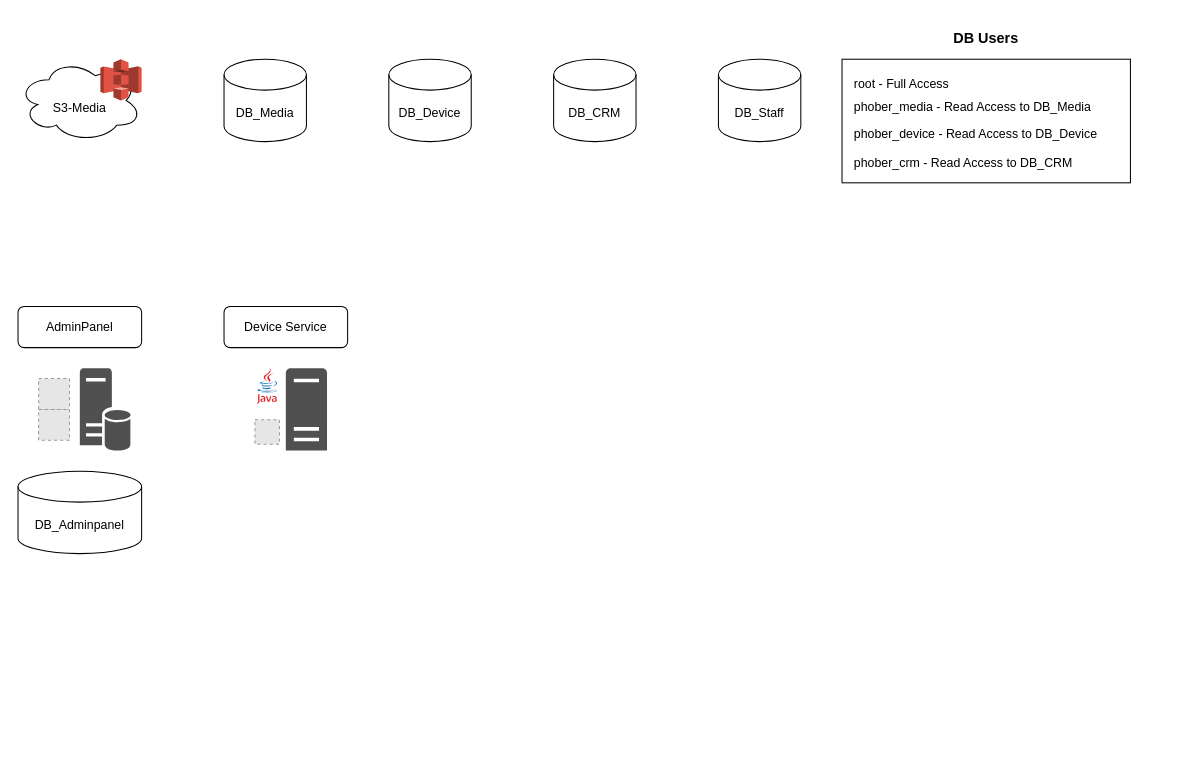
phobiavr/phober-diagram keeps this draw.io diagram as page "Idea" (1 of 3) of Application-2.0.drawio. Above is the earlier version. Source tidied: cells renumbered, new cells numbered last; positions are measured from the earlier drawing's top-left corner, leaving out a move shared by most shapes. Both pictures are drawn from the tidied source at 103%, with x=0, y=0 at pixel (18, 18). Pictures stored in the file or linked from it are replaced by grey dashed boxes.
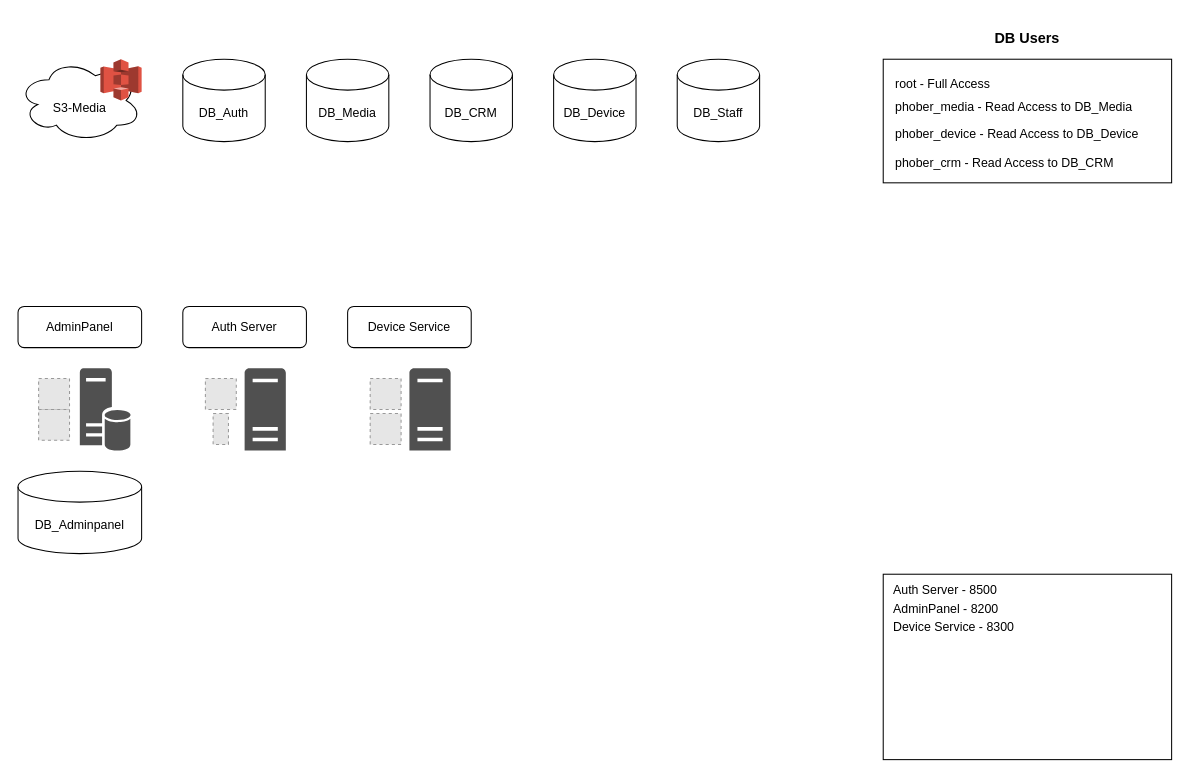
The same diagram, later.

The change refers to these unchanged cells:
```xml
<mxCell id="20" style="group;" parent="18" vertex="1">
  <mxGeometry x="10" y="60" width="100" height="80" as="geometry" />
</mxCell>
```

The edit, as a diff of the source:
```diff
@@
     <mxCell id="2" value="DB_Device" style="shape=cylinder3;whiteSpace=wrap;html=1;boundedLbl=1;backgroundOutline=1;size=15;" parent="1" vertex="1">
-      <mxGeometry x="360" y="40" width="80" height="80" as="geometry" />
+      <mxGeometry x="520" y="40" width="80" height="80" as="geometry" />
     </mxCell>
     <mxCell id="3" value="DB_Media" style="shape=cylinder3;whiteSpace=wrap;html=1;boundedLbl=1;backgroundOutline=1;size=15;" parent="1" vertex="1">
-      <mxGeometry x="200" y="40" width="80" height="80" as="geometry" />
+      <mxGeometry x="280" y="40" width="80" height="80" as="geometry" />
     </mxCell>
     <mxCell id="4" value="DB_CRM" style="shape=cylinder3;whiteSpace=wrap;html=1;boundedLbl=1;backgroundOutline=1;size=15;" parent="1" vertex="1">
-      <mxGeometry x="520" y="40" width="80" height="80" as="geometry" />
+      <mxGeometry x="400" y="40" width="80" height="80" as="geometry" />
     </mxCell>
-    <mxCell id="5" value="&lt;p style=&quot;line-height: 0.9 ; font-size: 12px&quot;&gt;&lt;span style=&quot;font-size: 12px&quot;&gt;root - Full Access&lt;/span&gt;&lt;/p&gt;&lt;p style=&quot;line-height: 0.9 ; font-size: 12px&quot;&gt;&lt;span style=&quot;font-size: 12px&quot;&gt;phober_media - Read Access to DB_Media&lt;/span&gt;&lt;br style=&quot;font-size: 12px&quot;&gt;&lt;/p&gt;&lt;p style=&quot;line-height: 1.4 ; font-size: 12px&quot;&gt;phober_device - Read Access to DB_Device&lt;/p&gt;&lt;p style=&quot;line-height: 1.4 ; font-size: 12px&quot;&gt;phober_crm - Read Access to DB_CRM&lt;/p&gt;&lt;p style=&quot;font-size: 12px&quot;&gt;&lt;/p&gt;" style="rounded=0;whiteSpace=wrap;html=1;align=left;verticalAlign=top;fontSize=12;spacingRight=0;spacingLeft=10;" parent="1" vertex="1">
-      <mxGeometry x="800" y="40" width="280" height="120" as="geometry" />
-    </mxCell>
-    <mxCell id="6" value="DB Users" style="text;html=1;strokeColor=none;fillColor=none;align=center;verticalAlign=middle;whiteSpace=wrap;rounded=0;fontSize=14;fontStyle=1;" parent="1" vertex="1">
-      <mxGeometry x="880" width="120" height="40" as="geometry" />
-    </mxCell>
     <mxCell id="7" value="DB_Staff" style="shape=cylinder3;whiteSpace=wrap;html=1;boundedLbl=1;backgroundOutline=1;size=15;" parent="1" vertex="1">
-      <mxGeometry x="680" y="40" width="80" height="80" as="geometry" />
+      <mxGeometry x="640" y="40" width="80" height="80" as="geometry" />
     </mxCell>
@@
     <mxCell id="18" style="group;" parent="1" vertex="1">
-      <mxGeometry x="200" y="280" width="120" height="140" as="geometry" />
+      <mxGeometry x="320" y="280" width="120" height="140" as="geometry" />
     </mxCell>
@@
-    <mxCell id="22" style="dashed=0;html=1;align=center;labelPosition=center;verticalLabelPosition=bottom;verticalAlign=top;shape=mxgraph.weblogos.java;" parent="20" vertex="1">
-      <mxGeometry x="21.9" width="20" height="34.5" as="geometry" />
-    </mxCell>
-    <mxCell id="23" style="fillColor=#E6E6E6;strokeColor=#999999;dashed=1;verticalLabelPosition=bottom;labelBackgroundColor=default;verticalAlign=top;" parent="20" vertex="1">
-      <mxGeometry x="20" y="50" width="23.8" height="23.8" as="geometry" />
-    </mxCell>
+    <mxCell id="24" style="fillColor=#E6E6E6;strokeColor=#999999;dashed=1;html=1;verticalAlign=top;verticalLabelPosition=bottom;labelBackgroundColor=#ffffff;" parent="20" vertex="1">
+      <mxGeometry x="11.9" y="44" width="30" height="30" as="geometry" />
+    </mxCell>
+    <mxCell id="25" style="fillColor=#E6E6E6;strokeColor=#999999;dashed=1;html=1;verticalAlign=top;verticalLabelPosition=bottom;labelBackgroundColor=#ffffff;" parent="20" vertex="1">
+      <mxGeometry x="11.9" y="10" width="30" height="30" as="geometry" />
+    </mxCell>
+    <mxCell id="26" style="group;" parent="1" vertex="1">
+      <mxGeometry x="840" width="280" height="160" as="geometry" />
+    </mxCell>
+    <mxCell id="5" value="&lt;p style=&quot;line-height: 0.9 ; font-size: 12px&quot;&gt;&lt;span style=&quot;font-size: 12px&quot;&gt;root - Full Access&lt;/span&gt;&lt;/p&gt;&lt;p style=&quot;line-height: 0.9 ; font-size: 12px&quot;&gt;&lt;span style=&quot;font-size: 12px&quot;&gt;phober_media - Read Access to DB_Media&lt;/span&gt;&lt;br style=&quot;font-size: 12px&quot;&gt;&lt;/p&gt;&lt;p style=&quot;line-height: 1.4 ; font-size: 12px&quot;&gt;phober_device - Read Access to DB_Device&lt;/p&gt;&lt;p style=&quot;line-height: 1.4 ; font-size: 12px&quot;&gt;phober_crm - Read Access to DB_CRM&lt;/p&gt;&lt;p style=&quot;font-size: 12px&quot;&gt;&lt;/p&gt;" style="rounded=0;whiteSpace=wrap;html=1;align=left;verticalAlign=top;fontSize=12;spacingRight=0;spacingLeft=10;" parent="26" vertex="1">
+      <mxGeometry y="40" width="280" height="120" as="geometry" />
+    </mxCell>
+    <mxCell id="6" value="DB Users" style="text;html=1;strokeColor=none;fillColor=none;align=center;verticalAlign=middle;whiteSpace=wrap;rounded=0;fontSize=14;fontStyle=1;" parent="26" vertex="1">
+      <mxGeometry x="80" width="120" height="40" as="geometry" />
+    </mxCell>
+    <mxCell id="27" value="DB_Auth" style="shape=cylinder3;whiteSpace=wrap;html=1;boundedLbl=1;backgroundOutline=1;size=15;" parent="1" vertex="1">
+      <mxGeometry x="160" y="40" width="80" height="80" as="geometry" />
+    </mxCell>
+    <mxCell id="28" style="group;" parent="1" vertex="1">
+      <mxGeometry x="160" y="280" width="120" height="140" as="geometry" />
+    </mxCell>
+    <mxCell id="29" value="Auth Server" style="rounded=1;whiteSpace=wrap;html=1;" parent="28" vertex="1">
+      <mxGeometry width="120" height="40" as="geometry" />
+    </mxCell>
+    <mxCell id="30" style="group;" parent="28" vertex="1">
+      <mxGeometry x="10" y="60" width="100" height="80" as="geometry" />
+    </mxCell>
+    <mxCell id="31" style="sketch=0;shadow=0;dashed=0;html=1;strokeColor=none;fillColor=#505050;labelPosition=center;verticalLabelPosition=bottom;verticalAlign=top;align=center;shape=mxgraph.office.servers.server_generic;" parent="30" vertex="1">
+      <mxGeometry x="50" width="40" height="80" as="geometry" />
+    </mxCell>
+    <mxCell id="32" style="fillColor=#E6E6E6;strokeColor=#999999;dashed=1;verticalLabelPosition=bottom;labelBackgroundColor=default;verticalAlign=top;" parent="30" vertex="1">
+      <mxGeometry x="19.4" y="44" width="14.9" height="30" as="geometry" />
+    </mxCell>
+    <mxCell id="33" style="fillColor=#E6E6E6;strokeColor=#999999;dashed=1;html=1;verticalAlign=top;verticalLabelPosition=bottom;labelBackgroundColor=#ffffff;" parent="30" vertex="1">
+      <mxGeometry x="11.9" y="10" width="30" height="30" as="geometry" />
+    </mxCell>
+    <mxCell id="34" value="&lt;p style=&quot;line-height: 1.5&quot;&gt;Auth Server - 8500&lt;br&gt;AdminPanel - 8200&lt;br&gt;Device Service - 8300&lt;/p&gt;" style="rounded=0;whiteSpace=wrap;html=1;align=left;labelPosition=center;verticalLabelPosition=middle;verticalAlign=top;spacing=0;spacingLeft=10;spacingTop=-10;" parent="1" vertex="1">
+      <mxGeometry x="840" y="540" width="280" height="180" as="geometry" />
+    </mxCell>
```
